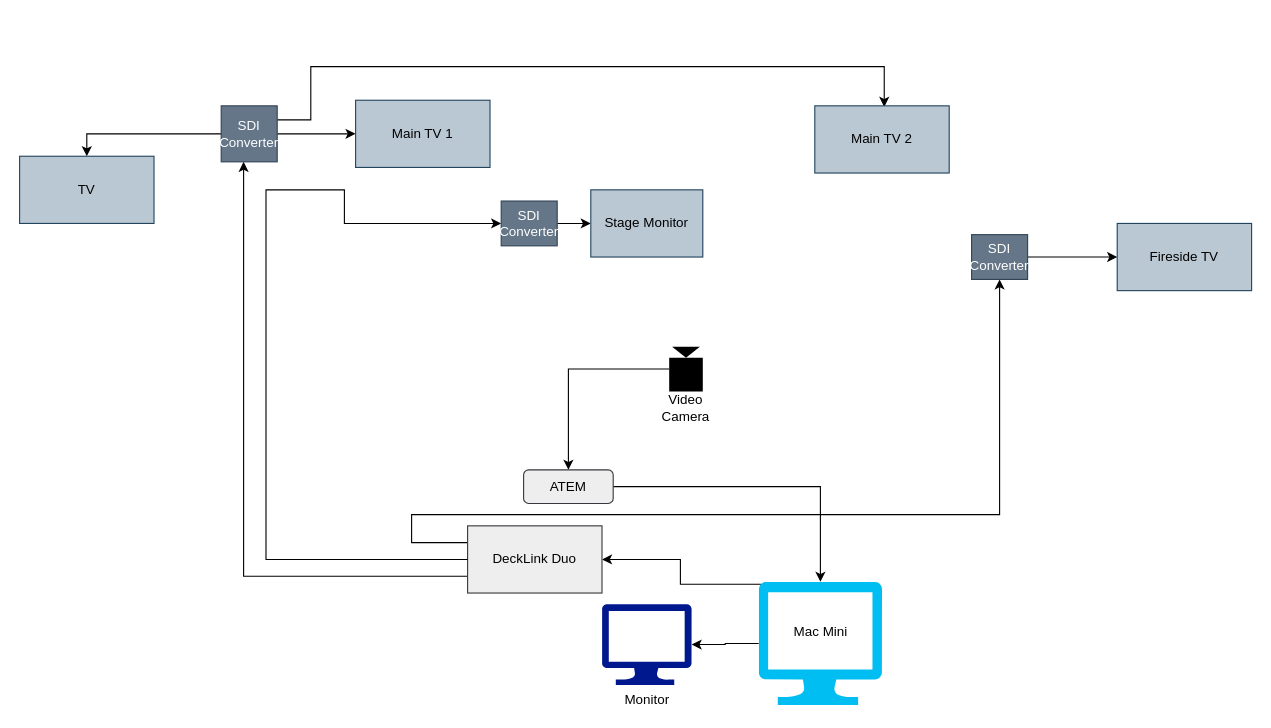
Earlier version of the draw.io diagram Video Hardware.drawio (jmckee18/SacMetro-AV-Setup). Source tidied: cells renumbered, new cells numbered last; positions are measured from the earlier drawing's top-left corner, leaving out a move shared by most shapes. Both pictures are drawn from the tidied source at 112%, with x=0, y=0 at pixel (19, 66).
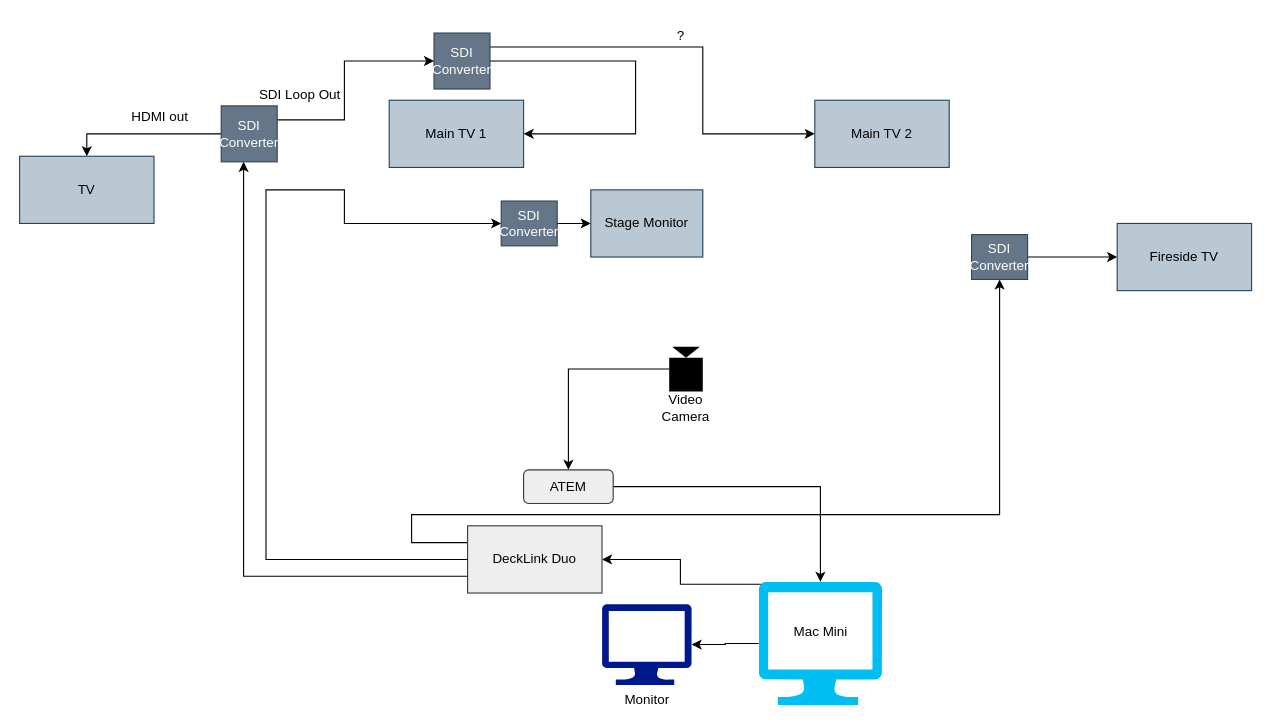
After the change.

Commit message:
Update 01.3 to Video Hardware

With Extra SDI converter

Unchanged cells that the change refers to:
```xml
<mxCell id="19" value="SDI Converter" style="whiteSpace=wrap;html=1;fillColor=#647687;fontColor=#ffffff;strokeColor=#314354;" parent="1" vertex="1">
  <mxGeometry x="180" y="35" width="50" height="50" as="geometry" />
</mxCell>
```

What changed in the source:
```diff
@@
-    <mxCell id="16" style="edgeStyle=orthogonalEdgeStyle;rounded=0;jettySize=auto;html=1;exitX=1;exitY=0.25;exitDx=0;exitDy=0;entryX=0.433;entryY=0.017;entryDx=0;entryDy=0;entryPerimeter=0;" parent="1" edge="1" source="19">
-      <mxGeometry relative="1" as="geometry">
-        <mxPoint x="772" y="36" as="targetPoint" />
-        <Array as="points">
-          <mxPoint x="260" y="48" />
-          <mxPoint x="260" />
-          <mxPoint x="772" />
-        </Array>
-      </mxGeometry>
-    </mxCell>
-    <mxCell id="17" style="edgeStyle=orthogonalEdgeStyle;rounded=0;jettySize=auto;html=1;entryX=0;entryY=0.5;entryDx=0;entryDy=0;" parent="1" edge="1" source="19" target="21">
-      <mxGeometry relative="1" as="geometry" />
-    </mxCell>
@@
+    <mxCell id="30" style="edgeStyle=orthogonalEdgeStyle;rounded=0;jettySize=auto;html=1;exitX=1;exitY=0.25;exitDx=0;exitDy=0;entryX=0;entryY=0.5;entryDx=0;entryDy=0;" parent="1" edge="1" source="19" target="35">
+      <mxGeometry relative="1" as="geometry">
+        <Array as="points">
+          <mxPoint x="290" y="48" />
+          <mxPoint x="290" y="-5" />
+        </Array>
+      </mxGeometry>
+    </mxCell>
@@
     <mxCell id="20" value="Main TV 2" style="rounded=0;whiteSpace=wrap;html=1;fillColor=#bac8d3;strokeColor=#23445d;" parent="1" vertex="1">
-      <mxGeometry x="710" y="35" width="120" height="60" as="geometry" />
+      <mxGeometry x="710" y="30" width="120" height="60" as="geometry" />
     </mxCell>
     <mxCell id="21" value="Main TV 1" style="rounded=0;whiteSpace=wrap;html=1;fillColor=#bac8d3;strokeColor=#23445d;" parent="1" vertex="1">
-      <mxGeometry x="300" y="30" width="120" height="60" as="geometry" />
+      <mxGeometry x="330" y="30" width="120" height="60" as="geometry" />
     </mxCell>
@@
+    <mxCell id="31" value="SDI Loop Out" style="text;html=1;align=center;verticalAlign=middle;strokeColor=none;fillColor=none;" parent="1" vertex="1">
+      <mxGeometry x="200" y="10" width="100" height="30" as="geometry" />
+    </mxCell>
+    <mxCell id="32" value="HDMI out" style="text;html=1;align=center;verticalAlign=middle;strokeColor=none;fillColor=none;" parent="1" vertex="1">
+      <mxGeometry x="90" y="30" width="70" height="30" as="geometry" />
+    </mxCell>
+    <mxCell id="33" style="edgeStyle=orthogonalEdgeStyle;rounded=0;jettySize=auto;html=1;entryX=1;entryY=0.5;entryDx=0;entryDy=0;" parent="1" edge="1" source="35" target="21">
+      <mxGeometry relative="1" as="geometry">
+        <Array as="points">
+          <mxPoint x="550" y="60" />
+        </Array>
+      </mxGeometry>
+    </mxCell>
+    <mxCell id="34" style="edgeStyle=orthogonalEdgeStyle;rounded=0;jettySize=auto;html=1;exitX=1;exitY=0.25;exitDx=0;exitDy=0;entryX=0;entryY=0.5;entryDx=0;entryDy=0;" parent="1" edge="1" source="35" target="20">
+      <mxGeometry relative="1" as="geometry">
+        <Array as="points">
+          <mxPoint x="610" y="-17" />
+          <mxPoint x="610" y="60" />
+        </Array>
+      </mxGeometry>
+    </mxCell>
+    <mxCell id="35" value="SDI Converter" style="whiteSpace=wrap;html=1;fillColor=#647687;fontColor=#ffffff;strokeColor=#314354;" parent="1" vertex="1">
+      <mxGeometry x="370" y="-30" width="50" height="50" as="geometry" />
+    </mxCell>
+    <mxCell id="36" value="?" style="text;html=1;align=center;verticalAlign=middle;strokeColor=none;fillColor=none;" parent="1" vertex="1">
+      <mxGeometry x="575" y="-42" width="30" height="30" as="geometry" />
+    </mxCell>
```
